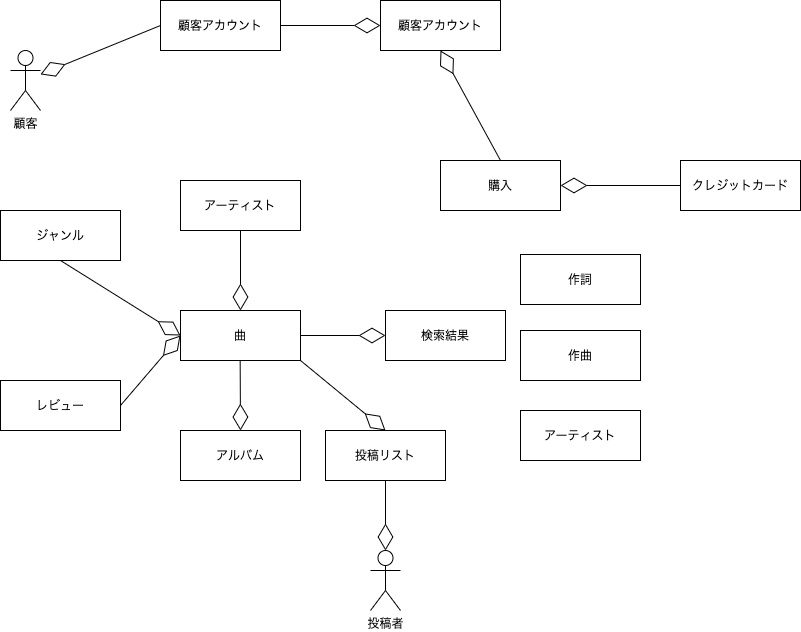
Earlier version of the draw.io export 2_0_4.drawio.png (Msksgm/ucdd). Source tidied: cells renumbered, new cells last; positions are measured from the earlier drawing's top-left corner, leaving out a move shared by most shapes.
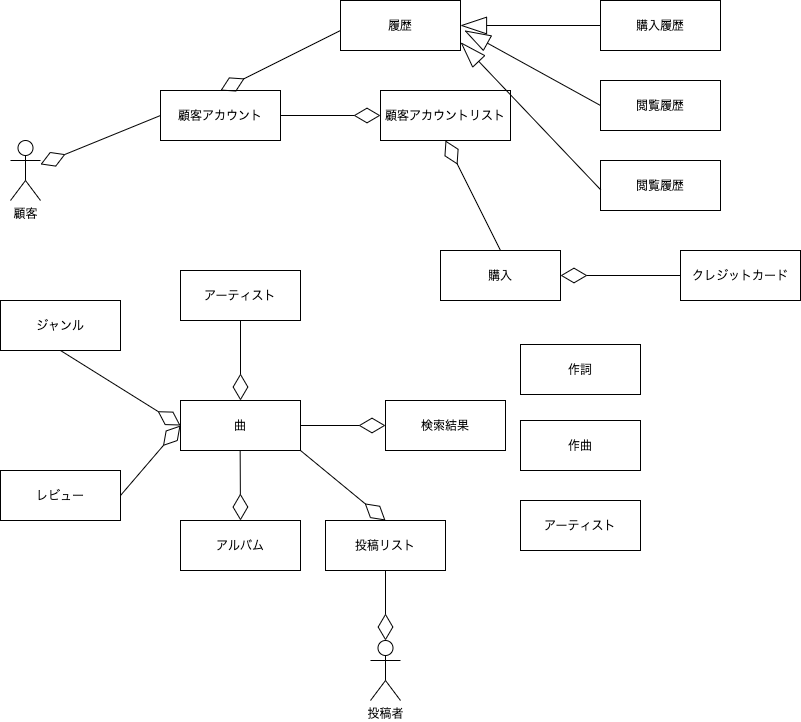
After the change.

What changed in the source:
```diff
@@ -11,8 +11,8 @@
     <mxCell id="4" style="endArrow=diamondThin;endFill=0;endSize=24;html=1;exitX=0;exitY=0.5;exitDx=0;exitDy=0;" parent="1" edge="1" source="2" target="3">
       <mxGeometry relative="1" as="geometry" />
     </mxCell>
-    <mxCell id="5" value="顧客アカウント" style="rounded=0;whiteSpace=wrap;html=1;" parent="1" vertex="1">
-      <mxGeometry x="380" width="120" height="50" as="geometry" />
+    <mxCell id="5" value="顧客アカウントリスト" style="rounded=0;whiteSpace=wrap;html=1;" parent="1" vertex="1">
+      <mxGeometry x="380" width="130" height="50" as="geometry" />
     </mxCell>
     <mxCell id="6" style="endArrow=diamondThin;endFill=0;endSize=24;html=1;exitX=1;exitY=0.5;exitDx=0;exitDy=0;entryX=0;entryY=0.5;entryDx=0;entryDy=0;" parent="1" edge="1" source="2" target="5">
       <mxGeometry relative="1" as="geometry" />
@@ -94,5 +94,33 @@
     <mxCell id="28" value="投稿者" style="shape=umlActor;verticalLabelPosition=bottom;verticalAlign=top;html=1;" parent="1" vertex="1">
       <mxGeometry x="370" y="550" width="30" height="60" as="geometry" />
     </mxCell>
+    <mxCell id="29" style="endArrow=diamondThin;endFill=0;endSize=24;html=1;exitX=0;exitY=0.5;exitDx=0;exitDy=0;entryX=0.5;entryY=0;entryDx=0;entryDy=0;" parent="1" edge="1" target="2">
+      <mxGeometry relative="1" as="geometry">
+        <mxPoint x="340" y="-60" as="sourcePoint" />
+      </mxGeometry>
+    </mxCell>
+    <mxCell id="30" value="履歴" style="rounded=0;whiteSpace=wrap;html=1;" parent="1" vertex="1">
+      <mxGeometry x="340" y="-90" width="120" height="50" as="geometry" />
+    </mxCell>
+    <mxCell id="31" value="購入履歴" style="rounded=0;whiteSpace=wrap;html=1;" parent="1" vertex="1">
+      <mxGeometry x="600" y="-90" width="120" height="50" as="geometry" />
+    </mxCell>
+    <mxCell id="32" value="閲覧履歴" style="rounded=0;whiteSpace=wrap;html=1;" parent="1" vertex="1">
+      <mxGeometry x="600" y="-10" width="120" height="50" as="geometry" />
+    </mxCell>
+    <mxCell id="33" style="endArrow=blockThin;endFill=0;endSize=24;html=1;exitX=0;exitY=0.5;exitDx=0;exitDy=0;" parent="1" edge="1" source="32">
+      <mxGeometry relative="1" as="geometry">
+        <mxPoint x="464" y="-60" as="targetPoint" />
+      </mxGeometry>
+    </mxCell>
+    <mxCell id="34" value="閲覧履歴" style="rounded=0;whiteSpace=wrap;html=1;" parent="1" vertex="1">
+      <mxGeometry x="600" y="70" width="120" height="50" as="geometry" />
+    </mxCell>
+    <mxCell id="35" style="endArrow=blockThin;endFill=0;endSize=24;html=1;entryX=1;entryY=0.5;entryDx=0;entryDy=0;exitX=0;exitY=0.5;exitDx=0;exitDy=0;" parent="1" edge="1" source="31" target="30">
+      <mxGeometry relative="1" as="geometry" />
+    </mxCell>
+    <mxCell id="36" style="endArrow=blockThin;endFill=0;endSize=24;html=1;entryX=1.002;entryY=0.838;entryDx=0;entryDy=0;exitX=0.002;exitY=0.587;exitDx=0;exitDy=0;exitPerimeter=0;entryPerimeter=0;" parent="1" edge="1" source="34" target="30">
+      <mxGeometry relative="1" as="geometry" />
+    </mxCell>
   </root>
 </mxGraphModel>
```
